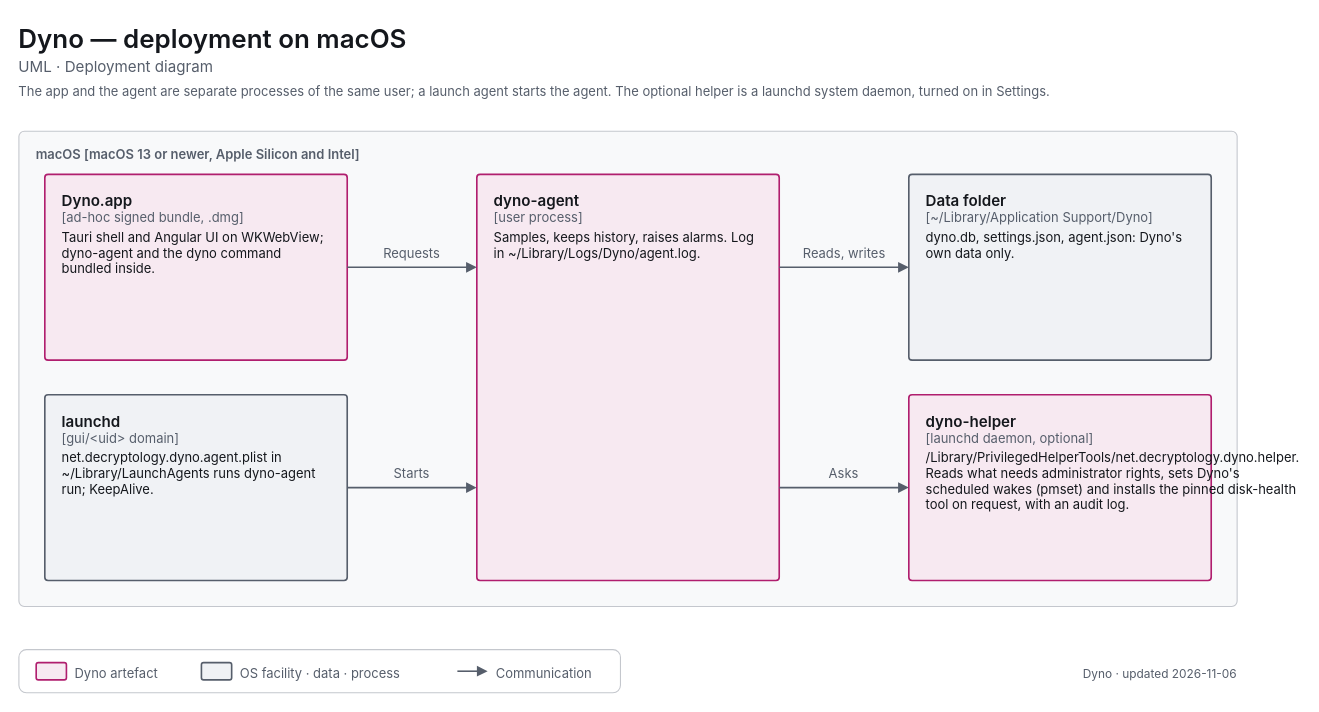
Above: apps/dyno/diagrams/uml-deployment-macos.drawio in decryp7/paddock (draw.io), before the change. Source tidied: cells renumbered, new cells numbered last; positions are measured from the earlier drawing's top-left corner, leaving out a move shared by most shapes. Both pictures are drawn from the tidied source at 108%, with x=0, y=0 at pixel (18, 18).
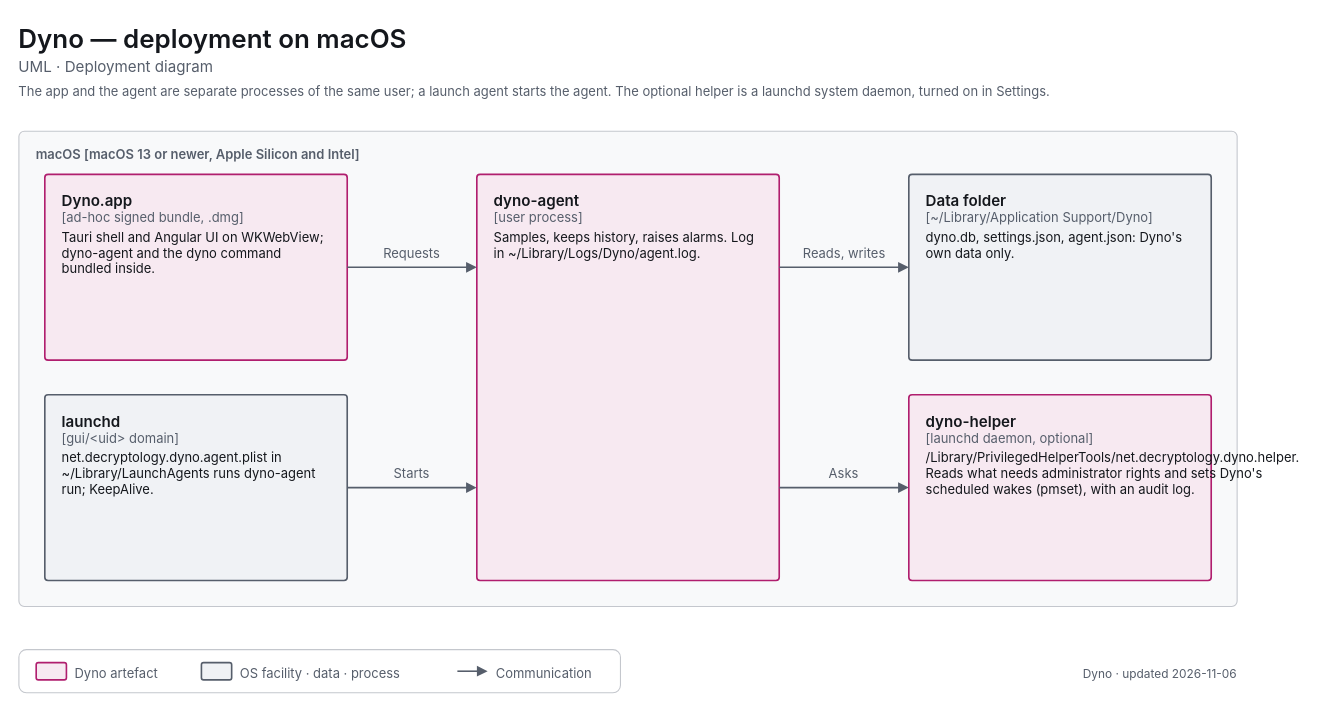
The same diagram, later.

Diff of the diagram source:
```diff
@@
-    <mxCell id="10" value="&lt;span style=&quot;font-size:14px;font-weight:600&quot;&gt;dyno-helper&lt;/span&gt;&lt;br&gt;&lt;span style=&quot;font-size:12px;color:light-dark(#565E6B,#A0A7B2)&quot;&gt;[launchd daemon, optional]&lt;/span&gt;&lt;br&gt;&lt;div style=&quot;margin-top:4px;font-size:12px&quot;&gt;/Library/PrivilegedHelperTools/net.decryptology.dyno.helper. Reads what needs administrator rights, sets Dyno's scheduled wakes (pmset) and installs the pinned disk-health tool on request, with an audit log.&lt;/div&gt;" style="html=1;whiteSpace=wrap;fontFamily=-apple-system,BlinkMacSystemFont,Segoe UI,system-ui,sans-serif;fontSize=12;fontColor=light-dark(#14171C,#ECEEF1);rounded=1;absoluteArcSize=1;arcSize=6;strokeWidth=1.5;strokeColor=light-dark(#B01E6E,#F063A8);fillColor=light-dark(#F7E9F1,#382332);align=left;verticalAlign=top;spacingLeft=14;spacingRight=14;spacingTop=10;spacingBottom=8;" parent="1" vertex="1">
+    <mxCell id="10" value="&lt;span style=&quot;font-size:14px;font-weight:600&quot;&gt;dyno-helper&lt;/span&gt;&lt;br&gt;&lt;span style=&quot;font-size:12px;color:light-dark(#565E6B,#A0A7B2)&quot;&gt;[launchd daemon, optional]&lt;/span&gt;&lt;br&gt;&lt;div style=&quot;margin-top:4px;font-size:12px&quot;&gt;/Library/PrivilegedHelperTools/net.decryptology.dyno.helper. Reads what needs administrator rights and sets Dyno's scheduled wakes (pmset), with an audit log.&lt;/div&gt;" style="html=1;whiteSpace=wrap;fontFamily=-apple-system,BlinkMacSystemFont,Segoe UI,system-ui,sans-serif;fontSize=12;fontColor=light-dark(#14171C,#ECEEF1);rounded=1;absoluteArcSize=1;arcSize=6;strokeWidth=1.5;strokeColor=light-dark(#B01E6E,#F063A8);fillColor=light-dark(#F7E9F1,#382332);align=left;verticalAlign=top;spacingLeft=14;spacingRight=14;spacingTop=10;spacingBottom=8;" parent="1" vertex="1">
       <mxGeometry x="824" y="348" width="280" height="172" as="geometry" />
     </mxCell>
```
